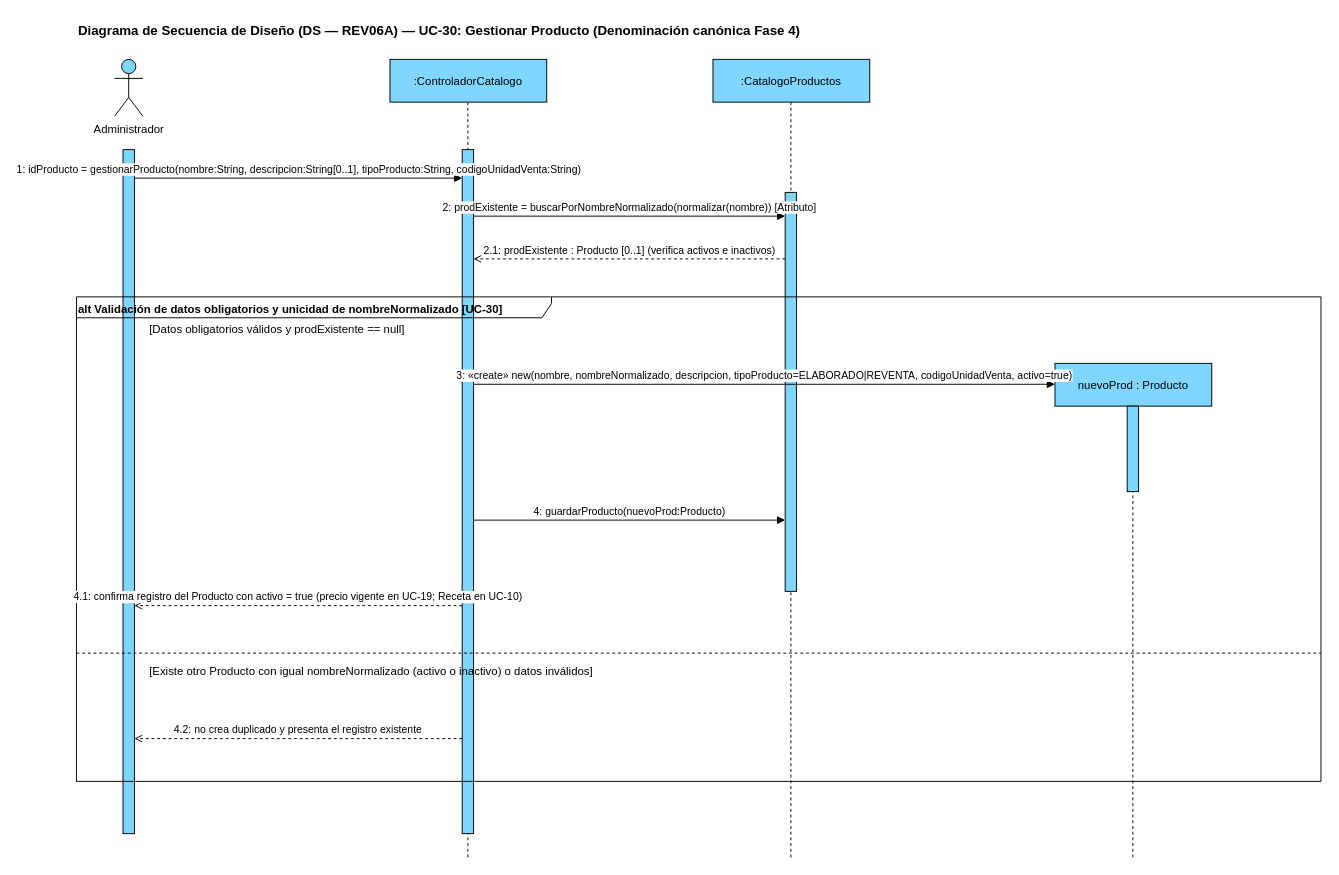
The draw.io diagram page "DS UC-30 Gestionar Producto (REV06A)" (2 of 9) of docs/08-diagramas/revision/REV06A_COMERCIAL_PROMOCIONES/propuestos/DS_REV06A_COMPLETO_CORREGIDO.drawio.xml in leandrito369/ale-milanesas, before the edit. Source tidied: cells renumbered, new cells numbered last; positions are measured from the earlier drawing's top-left corner, leaving out a move shared by most shapes. Both pictures are drawn from the tidied source at 95%, with x=0, y=0 at pixel (76, 16).
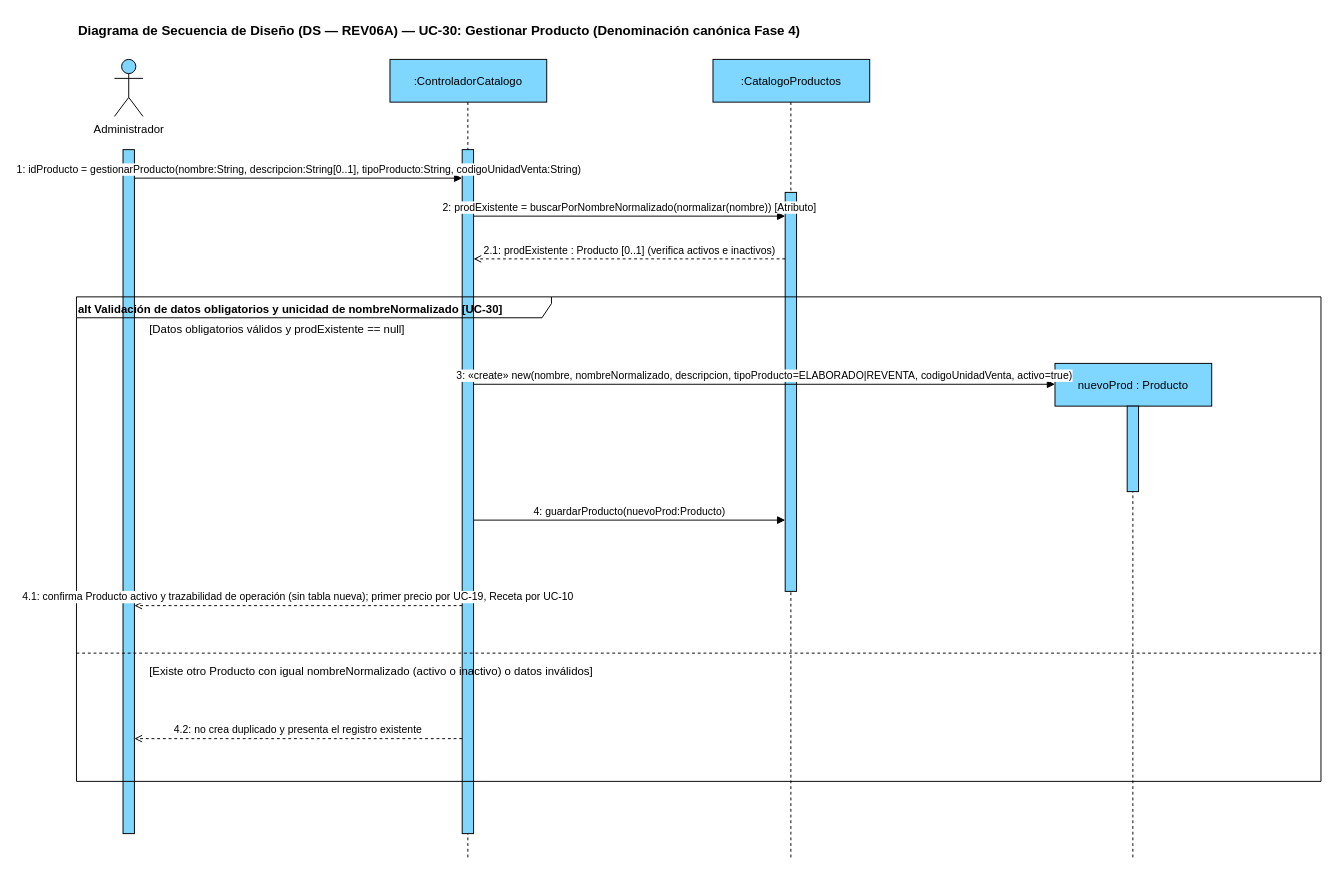
The same diagram, later.

What changed in the source:
```diff
@@
-    <mxCell id="21" value="4.1: confirma registro del Producto con activo = true (precio vigente en UC-19; Receta en UC-10)" style="html=1;verticalAlign=bottom;endArrow=open;dashed=1;endFill=0;strokeColor=#000000;" parent="1" edge="1">
+    <mxCell id="21" value="4.1: confirma Producto activo y trazabilidad de operación (sin tabla nueva); primer precio por UC-19, Receta por UC-10" style="html=1;verticalAlign=bottom;endArrow=open;dashed=1;endFill=0;strokeColor=#000000;" parent="1" edge="1">
       <mxGeometry relative="1" as="geometry">
         <mxPoint x="406" y="620" as="sourcePoint" />
         <mxPoint x="61" y="620" as="targetPoint" />
       </mxGeometry>
     </mxCell>
```
